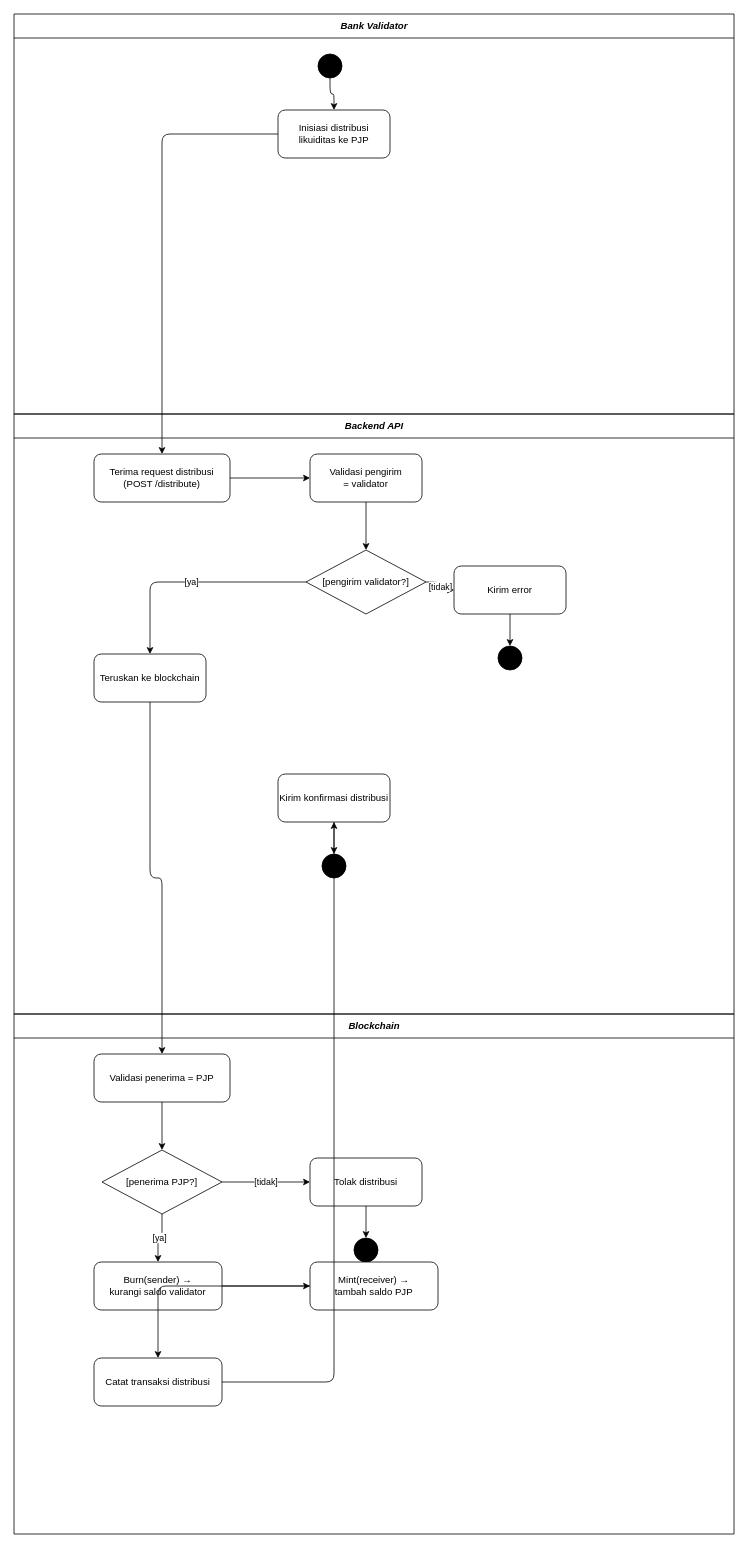
The draw.io diagram bi-coin-fabric/docs/diagrams/activity/AD03-Distribusi-Likuiditas-PJP.drawio in mfachrizalg/bi-coin, before the edit. Source tidied: cells renumbered, new cells numbered last; positions are measured from the earlier drawing's top-left corner, leaving out a move shared by most shapes. Both pictures are drawn from the tidied source at 80%, with x=0, y=0 at pixel (14, 14).
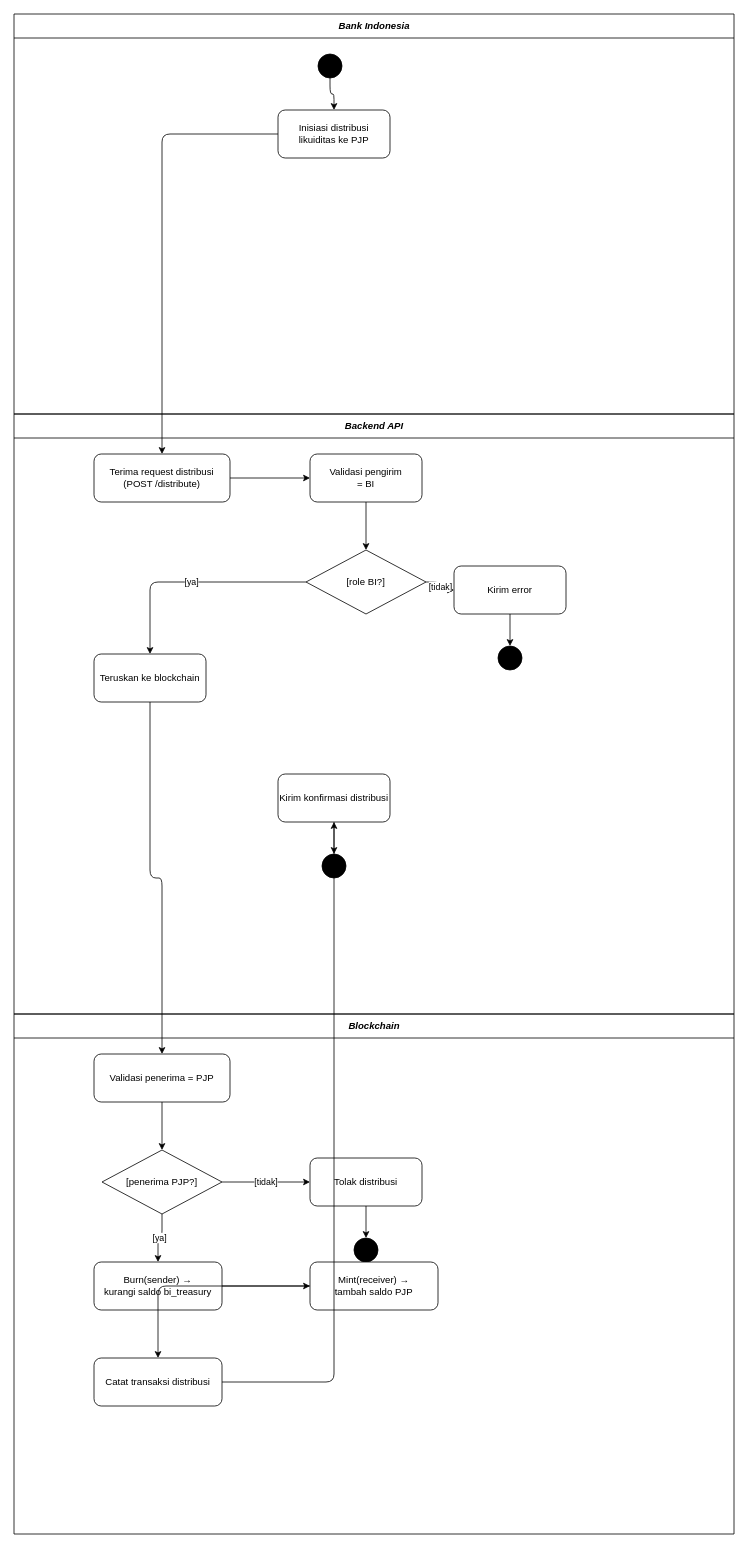
After the change.

Unchanged cells that the change refers to:
```xml
<mxCell id="3" value="&lt;i&gt;&lt;b&gt;Backend API&lt;/b&gt;&lt;/i&gt;" style="swimlane;horizontal=1;startSize=30;fillColor=none;strokeColor=#000000;fontStyle=3;fontSize=12;html=1;" parent="1" vertex="1">
  <mxGeometry y="500" width="900" height="750" as="geometry" />
</mxCell>
<mxCell id="4" value="&lt;i&gt;&lt;b&gt;Blockchain&lt;/b&gt;&lt;/i&gt;" style="swimlane;horizontal=1;startSize=30;fillColor=none;strokeColor=#000000;fontStyle=3;fontSize=12;html=1;" parent="1" vertex="1">
  <mxGeometry y="1250" width="900" height="650" as="geometry" />
</mxCell>
```

Diff of the diagram source:
```diff
@@
-    <mxCell id="2" value="&lt;i&gt;&lt;b&gt;Bank Validator&lt;/b&gt;&lt;/i&gt;" style="swimlane;horizontal=1;startSize=30;fillColor=none;strokeColor=#000000;fontStyle=3;fontSize=12;html=1;" parent="1" vertex="1">
+    <mxCell id="2" value="&lt;i&gt;&lt;b&gt;Bank Indonesia&lt;/b&gt;&lt;/i&gt;" style="swimlane;horizontal=1;startSize=30;fillColor=none;strokeColor=#000000;fontStyle=3;fontSize=12;html=1;" parent="1" vertex="1">
       <mxGeometry width="900" height="500" as="geometry" />
     </mxCell>
@@
-    <mxCell id="8" value="Validasi pengirim&lt;br&gt;= validator" style="rounded=1;fillColor=#ffffff;strokeColor=#000000;whiteSpace=wrap;html=1;" parent="3" vertex="1">
+    <mxCell id="8" value="Validasi pengirim&lt;br&gt;= BI" style="rounded=1;fillColor=#ffffff;strokeColor=#000000;whiteSpace=wrap;html=1;" parent="3" vertex="1">
       <mxGeometry x="370" y="50" width="140" height="60" as="geometry" />
     </mxCell>
-    <mxCell id="9" value="[pengirim validator?]" style="rhombus;fillColor=#ffffff;strokeColor=#000000;whiteSpace=wrap;html=1;" parent="3" vertex="1">
+    <mxCell id="9" value="[role BI?]" style="rhombus;fillColor=#ffffff;strokeColor=#000000;whiteSpace=wrap;html=1;" parent="3" vertex="1">
       <mxGeometry x="365" y="170" width="150" height="80" as="geometry" />
     </mxCell>
@@
-    <mxCell id="17" value="Burn(sender) →&lt;br&gt;kurangi saldo validator" style="rounded=1;fillColor=#ffffff;strokeColor=#000000;whiteSpace=wrap;html=1;" parent="4" vertex="1">
+    <mxCell id="17" value="Burn(sender) →&lt;br&gt;kurangi saldo bi_treasury" style="rounded=1;fillColor=#ffffff;strokeColor=#000000;whiteSpace=wrap;html=1;" parent="4" vertex="1">
       <mxGeometry x="100" y="310" width="160" height="60" as="geometry" />
     </mxCell>
```
